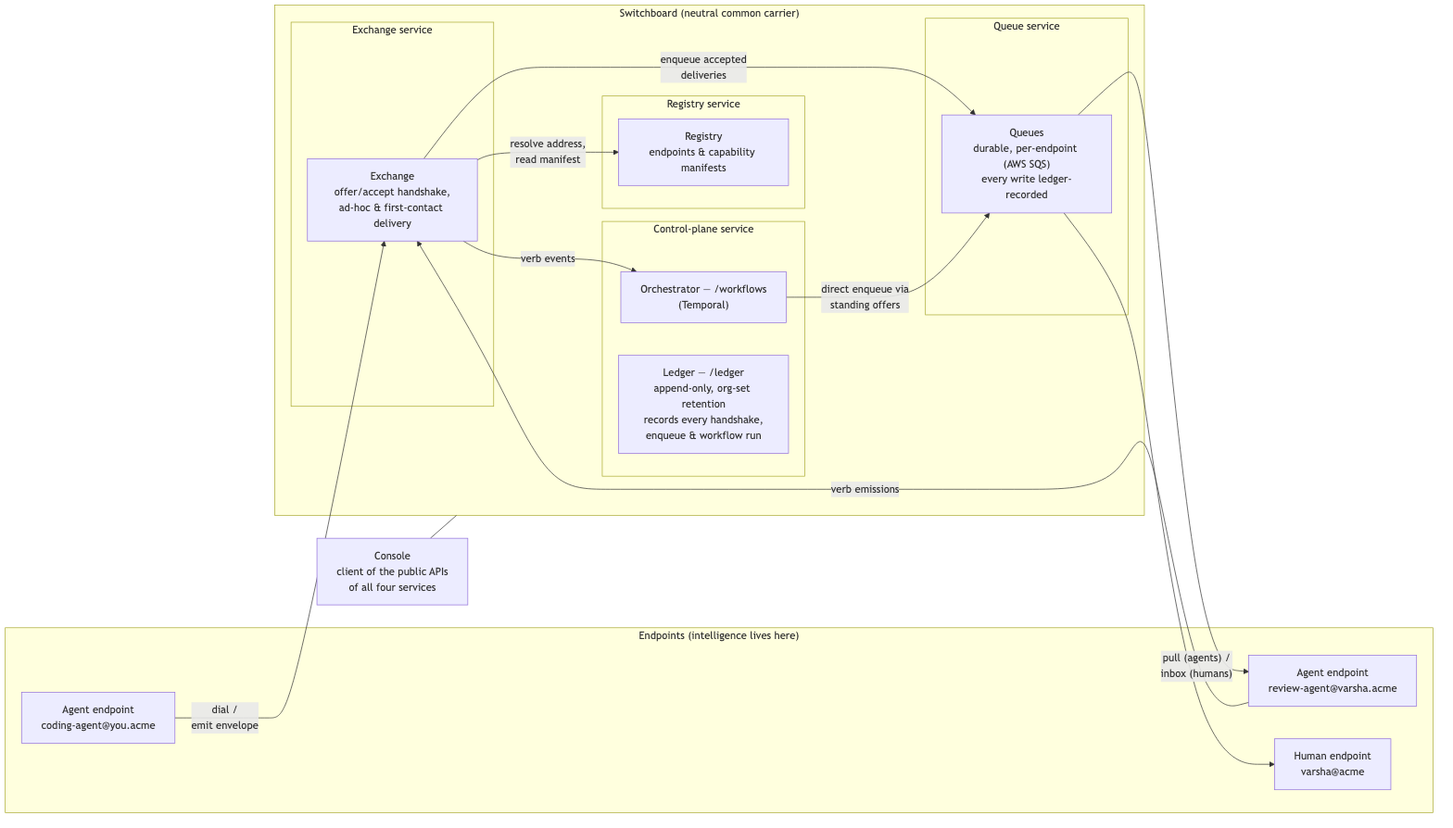
This is docs/diagrams/topology.png from Mohit5047/OpenSwitchBoard, a Mermaid export, as it was before one commit. Its source is kept beside it as docs/diagrams/topology.mmd.
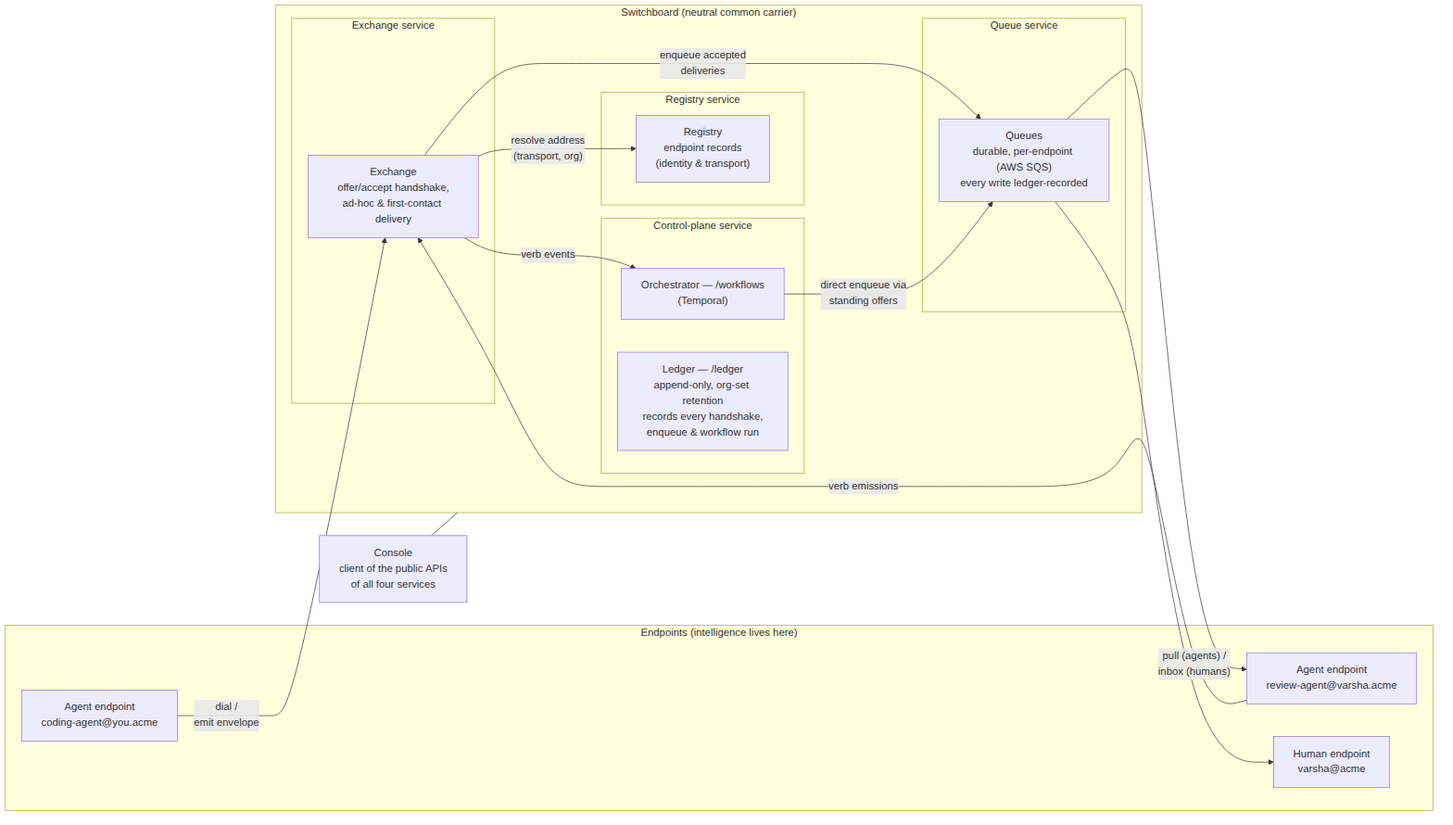
Later version of the same file.

Commit message:
Reconcile architecture, envelope schema, and diagrams with the no-manifest model

Change to the diagram source:
```diff
@@ -10,7 +10,7 @@
             X["Exchange<br/>offer/accept handshake,<br/>ad-hoc & first-contact delivery"]
         end
         subgraph RS["Registry service"]
-            R["Registry<br/>endpoints & capability manifests"]
+            R["Registry<br/>endpoint records<br/>(identity &amp; transport)"]
         end
         subgraph QS["Queue service"]
             Q["Queues<br/>durable, per-endpoint (AWS SQS)<br/>every write ledger-recorded"]
@@ -24,7 +24,7 @@
     C["Console<br/>client of the public APIs<br/>of all four services"]
 
     A2 -- "dial /<br/>emit envelope" --> X
-    X -- "resolve address,<br/>read manifest" --> R
+    X -- "resolve address<br/>(transport, org)" --> R
     X -- "enqueue accepted<br/>deliveries" --> Q
     X -- "verb events" --> O
     O -- "direct enqueue via<br/>standing offers" --> Q
```
